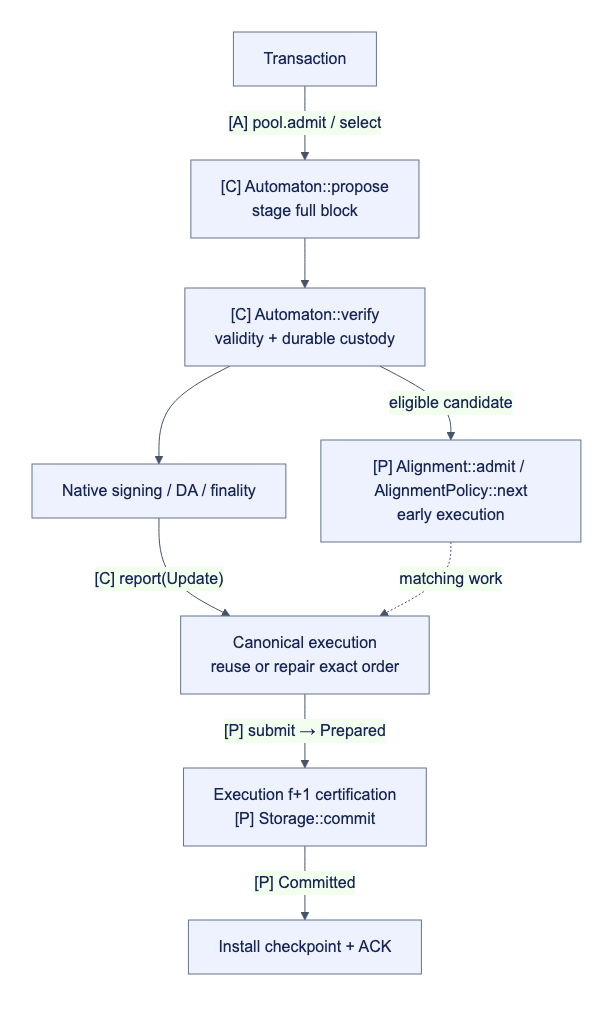
djm07073/baton keeps this Mermaid diagram as docs/assets/diagrams/diagram-34.png. Above is the earlier version. Its source is kept beside it as docs/assets/diagrams/diagram-34.mmd.
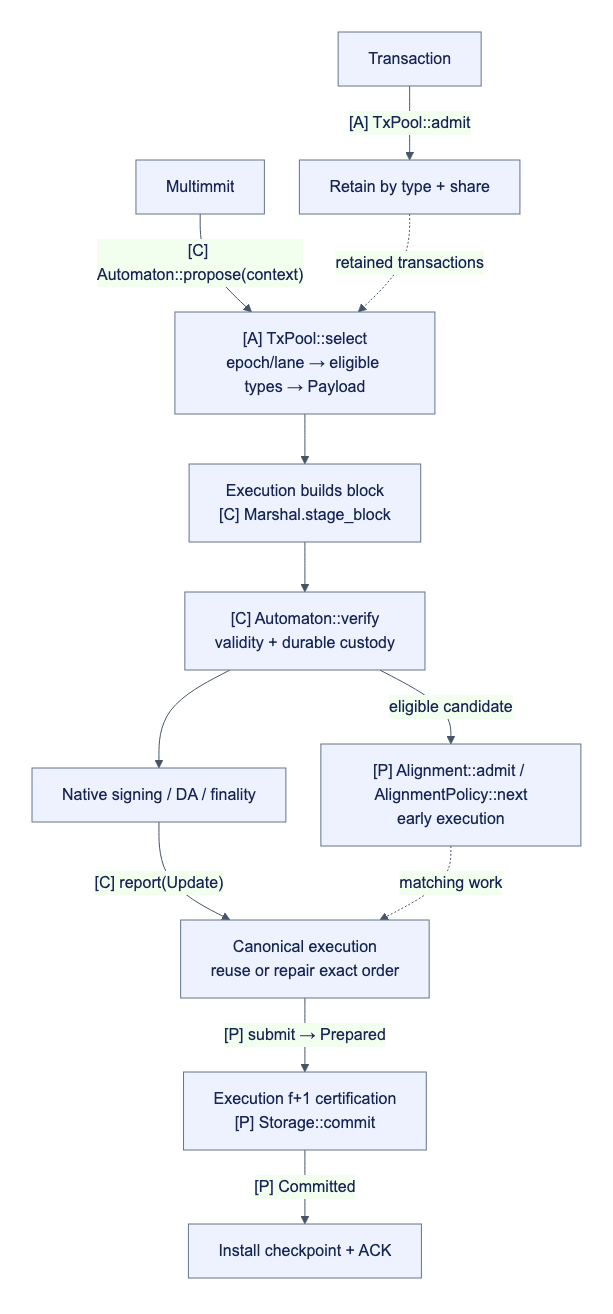
After the change.

Diff of the diagram source:
```diff
@@ -1,5 +1,8 @@
 flowchart TB
-    T["Transaction"] -->|"[A] pool.admit / select"| B["[C] Automaton::propose<br/>stage full block"]
+    T["Transaction"] -->|"[A] TxPool::admit"| P["Retain by type + share"]
+    N0["Multimmit"] -->|"[C] Automaton::propose(context)"| S["[A] TxPool::select<br/>epoch/lane → eligible types → Payload"]
+    P -.->|"retained transactions"| S
+    S --> B["Execution builds block<br/>[C] Marshal.stage_block"]
     B --> V["[C] Automaton::verify<br/>validity + durable custody"]
     V -->|"eligible candidate"| X["[P] Alignment::admit / AlignmentPolicy::next<br/>early execution"]
     V --> N["Native signing / DA / finality"]
```
